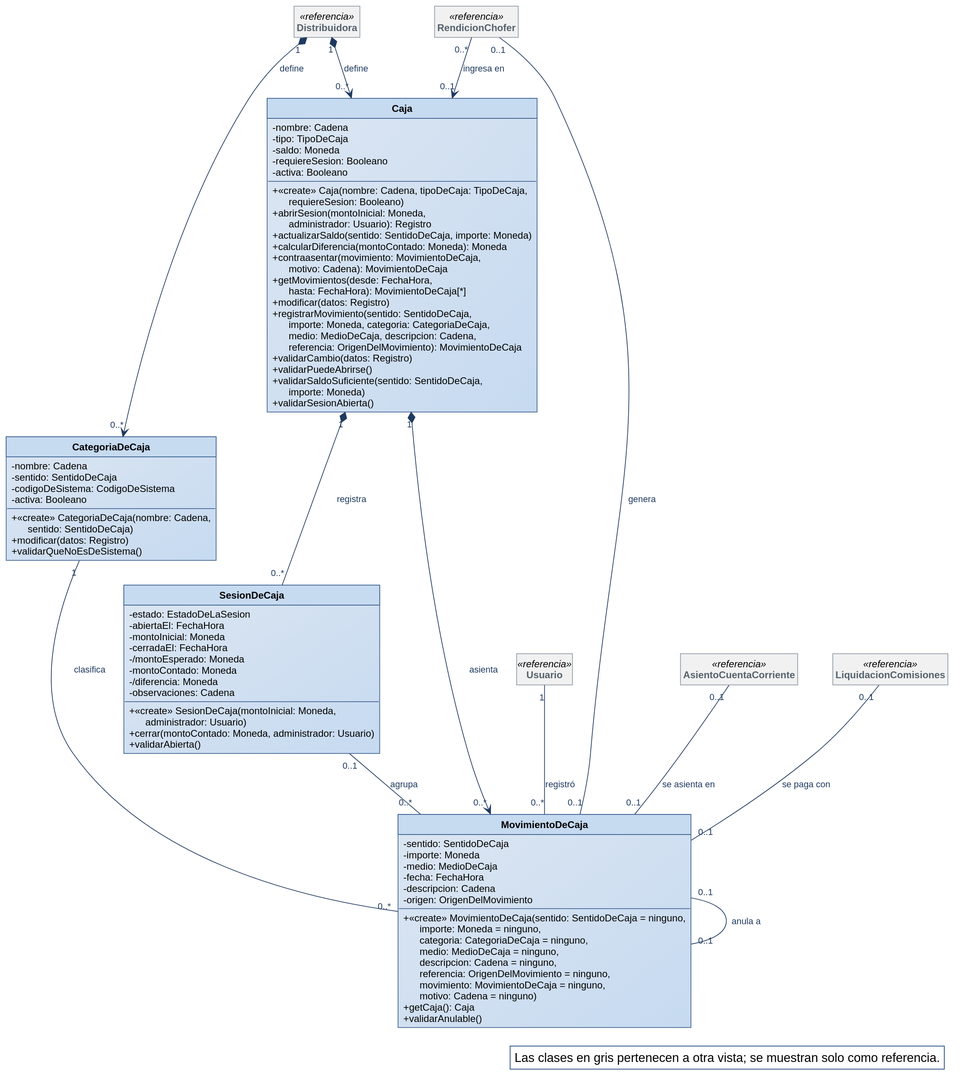
This is diagramas/clases-diseno/DC_Caja.svg from Nahuelito-Dev/splg-docs, a PlantUML export, as it was before one commit.
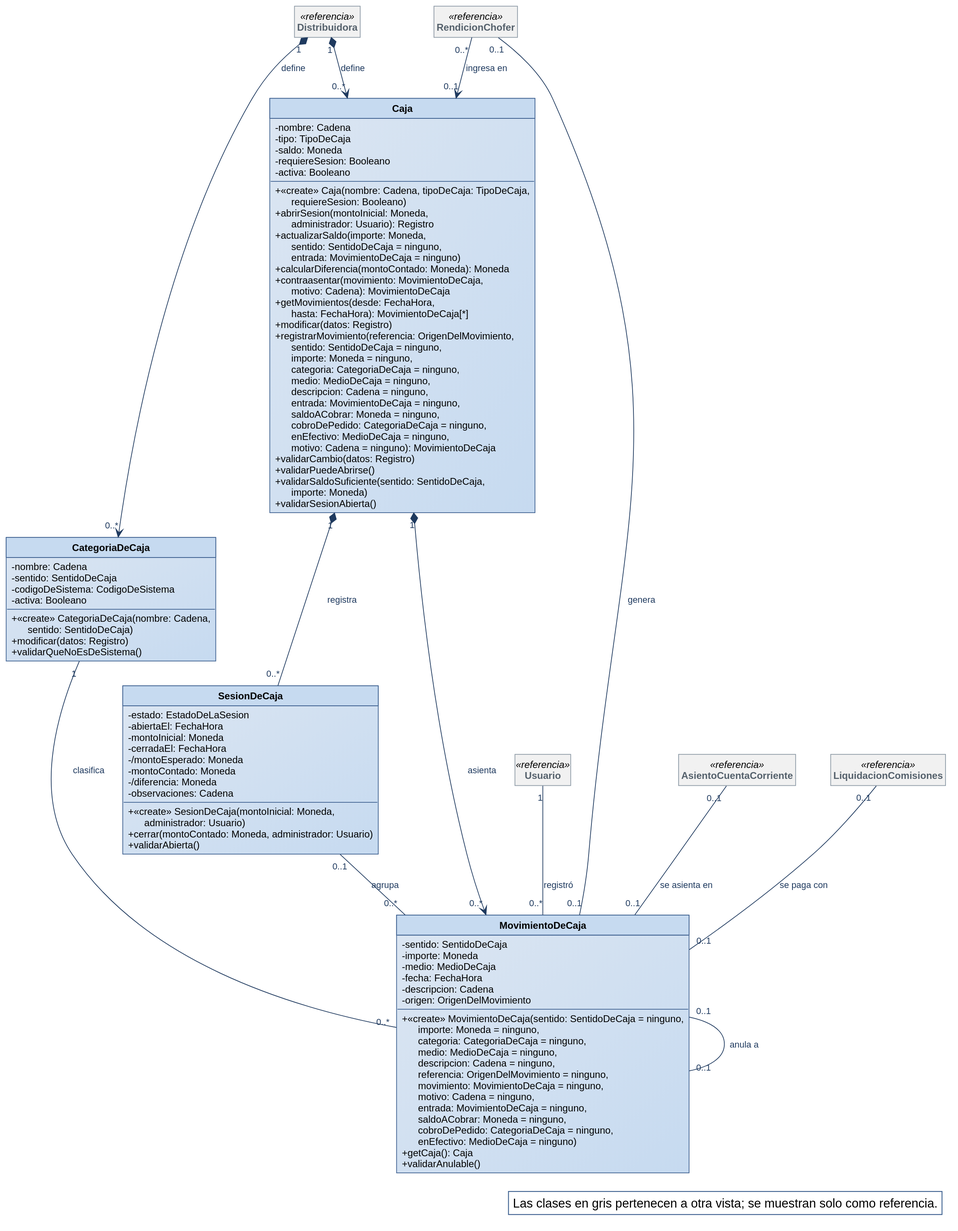
Above is the later version.

What changed in the source:
```diff
@@ -35,12 +35,12 @@
   - activa: Booleano
   + «create» Caja(nombre: Cadena, tipoDeCaja: TipoDeCaja,\n      requiereSesion: Booleano)
   + abrirSesion(montoInicial: Moneda,\n      administrador: Usuario): Registro
-  + actualizarSaldo(sentido: SentidoDeCaja, importe: Moneda)
+  + actualizarSaldo(importe: Moneda,\n      sentido: SentidoDeCaja = ninguno,\n      entrada: MovimientoDeCaja = ninguno)
   + calcularDiferencia(montoContado: Moneda): Moneda
   + contraasentar(movimiento: MovimientoDeCaja,\n      motivo: Cadena): MovimientoDeCaja
   + getMovimientos(desde: FechaHora,\n      hasta: FechaHora): MovimientoDeCaja[*]
   + modificar(datos: Registro)
-  + registrarMovimiento(sentido: SentidoDeCaja,\n      importe: Moneda, categoria: CategoriaDeCaja,\n      medio: MedioDeCaja, descripcion: Cadena,\n      referencia: OrigenDelMovimiento): MovimientoDeCaja
+  + registrarMovimiento(referencia: OrigenDelMovimiento,\n      sentido: SentidoDeCaja = ninguno,\n      importe: Moneda = ninguno,\n      categoria: CategoriaDeCaja = ninguno,\n      medio: MedioDeCaja = ninguno,\n      descripcion: Cadena = ninguno,\n      entrada: MovimientoDeCaja = ninguno,\n      saldoACobrar: Moneda = ninguno,\n      cobroDePedido: CategoriaDeCaja = ninguno,\n      enEfectivo: MedioDeCaja = ninguno,\n      motivo: Cadena = ninguno): MovimientoDeCaja
   + validarCambio(datos: Registro)
   + validarPuedeAbrirse()
   + validarSaldoSuficiente(sentido: SentidoDeCaja,\n      importe: Moneda)
@@ -75,7 +75,7 @@
   - fecha: FechaHora
   - descripcion: Cadena
   - origen: OrigenDelMovimiento
-  + «create» MovimientoDeCaja(sentido: SentidoDeCaja = ninguno,\n      importe: Moneda = ninguno,\n      categoria: CategoriaDeCaja = ninguno,\n      medio: MedioDeCaja = ninguno,\n      descripcion: Cadena = ninguno,\n      referencia: OrigenDelMovimiento = ninguno,\n      movimiento: MovimientoDeCaja = ninguno,\n      motivo: Cadena = ninguno)
+  + «create» MovimientoDeCaja(sentido: SentidoDeCaja = ninguno,\n      importe: Moneda = ninguno,\n      categoria: CategoriaDeCaja = ninguno,\n      medio: MedioDeCaja = ninguno,\n      descripcion: Cadena = ninguno,\n      referencia: OrigenDelMovimiento = ninguno,\n      movimiento: MovimientoDeCaja = ninguno,\n      motivo: Cadena = ninguno,\n      entrada: MovimientoDeCaja = ninguno,\n      saldoACobrar: Moneda = ninguno,\n      cobroDePedido: CategoriaDeCaja = ninguno,\n      enEfectivo: MedioDeCaja = ninguno)
   + getCaja(): Caja
   + validarAnulable()
 }
```
